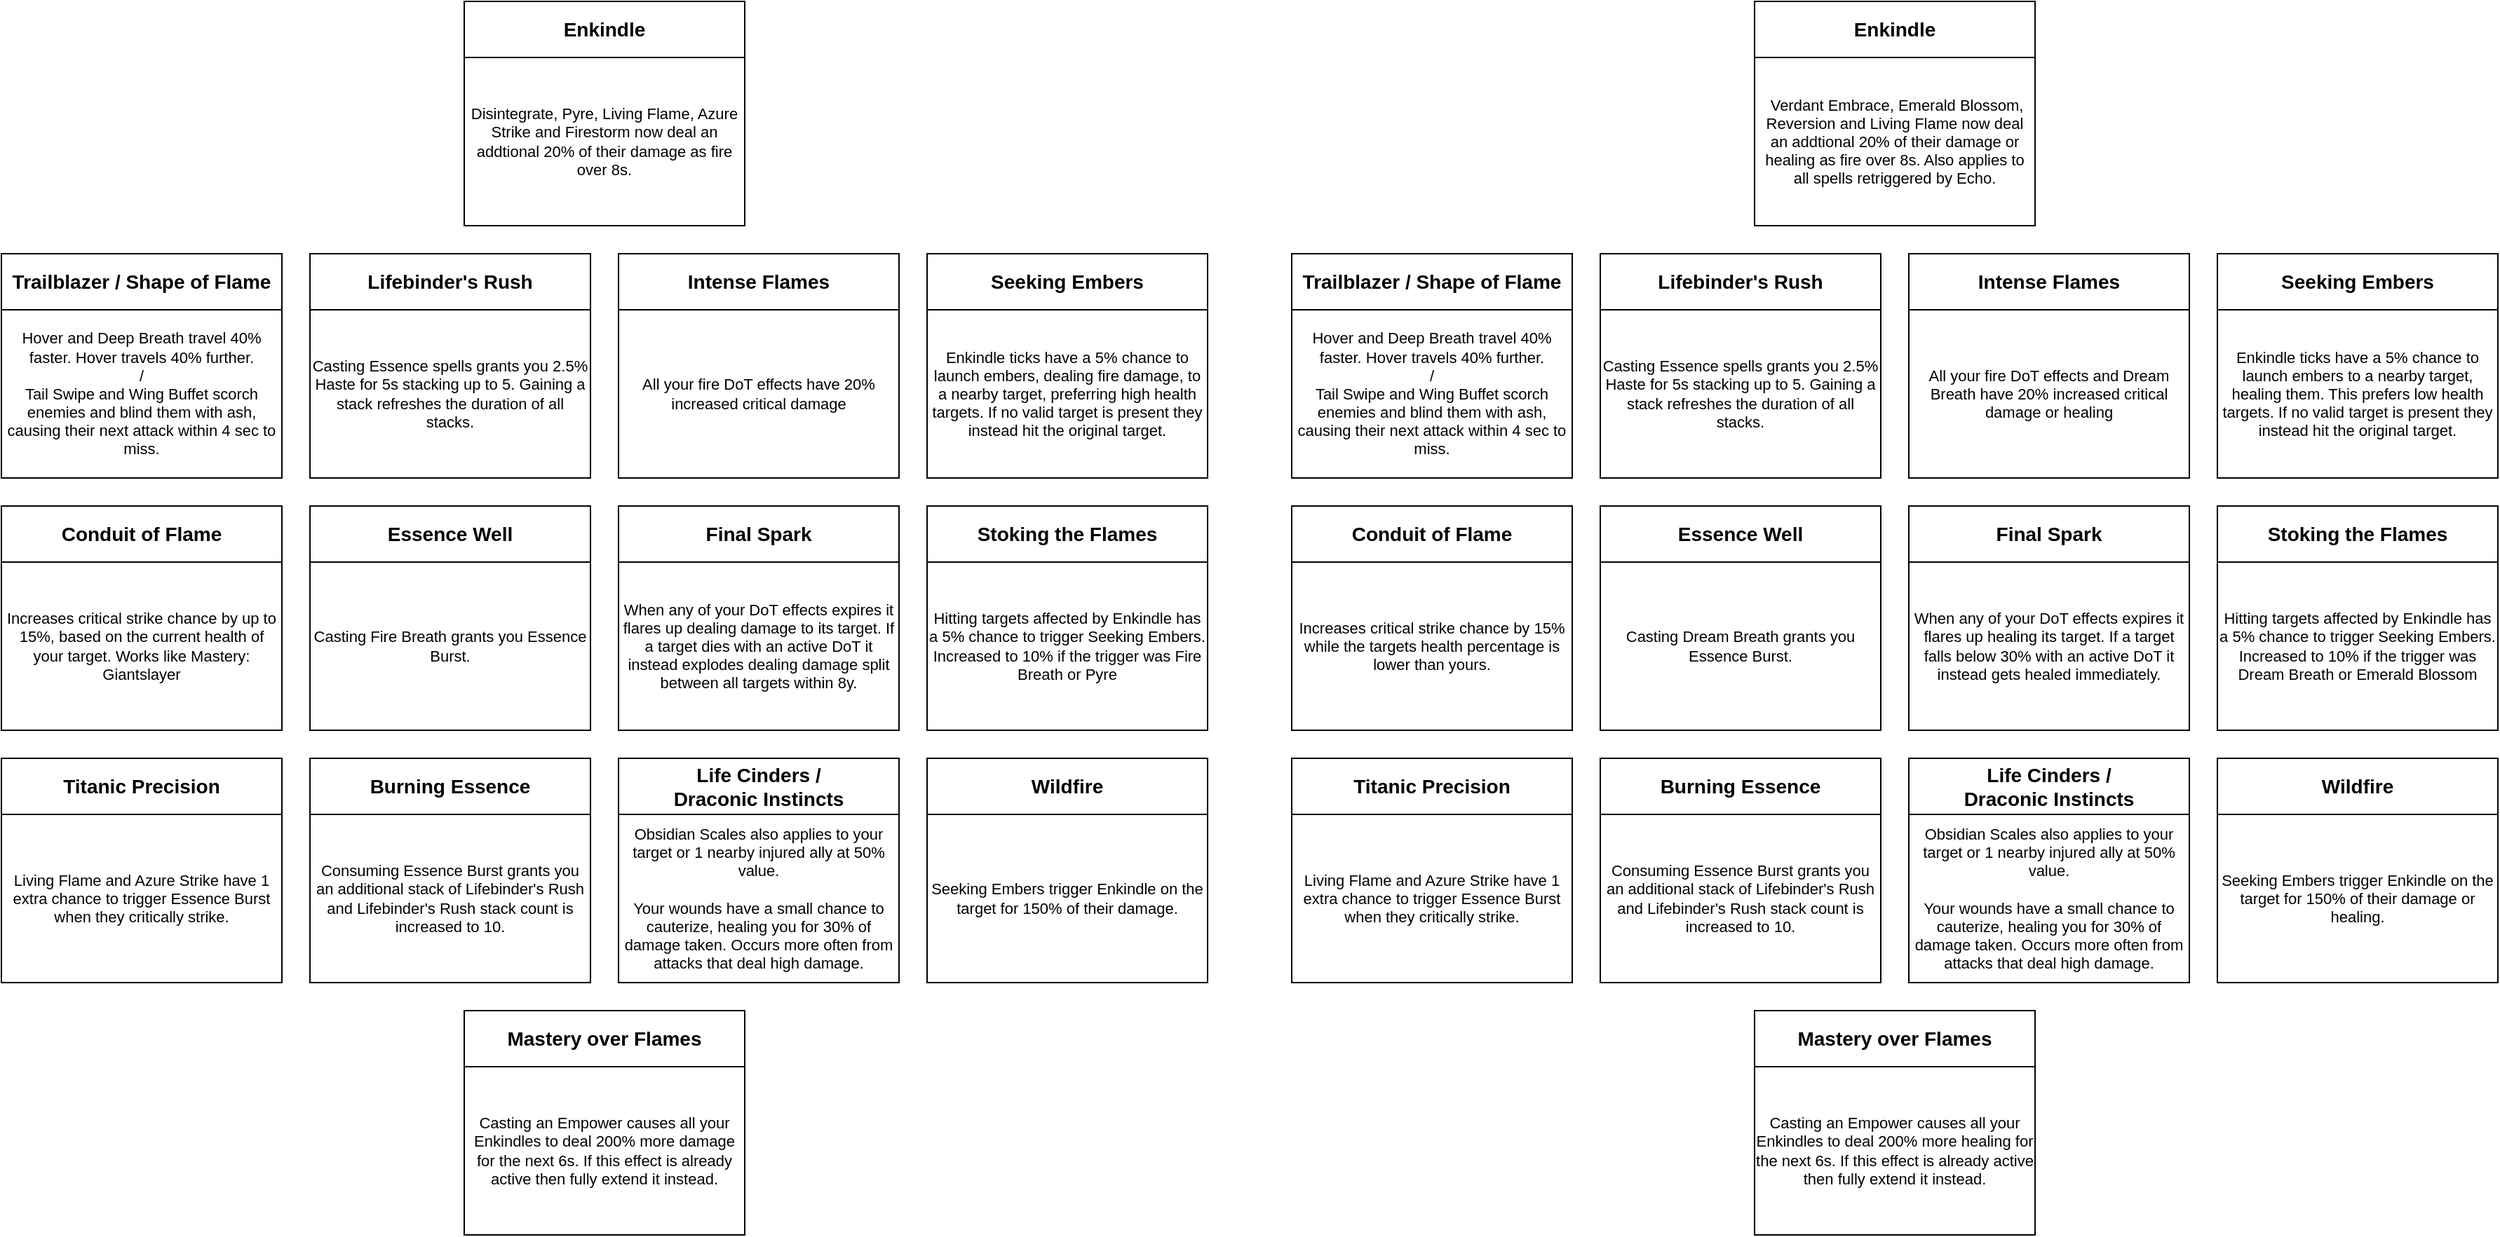
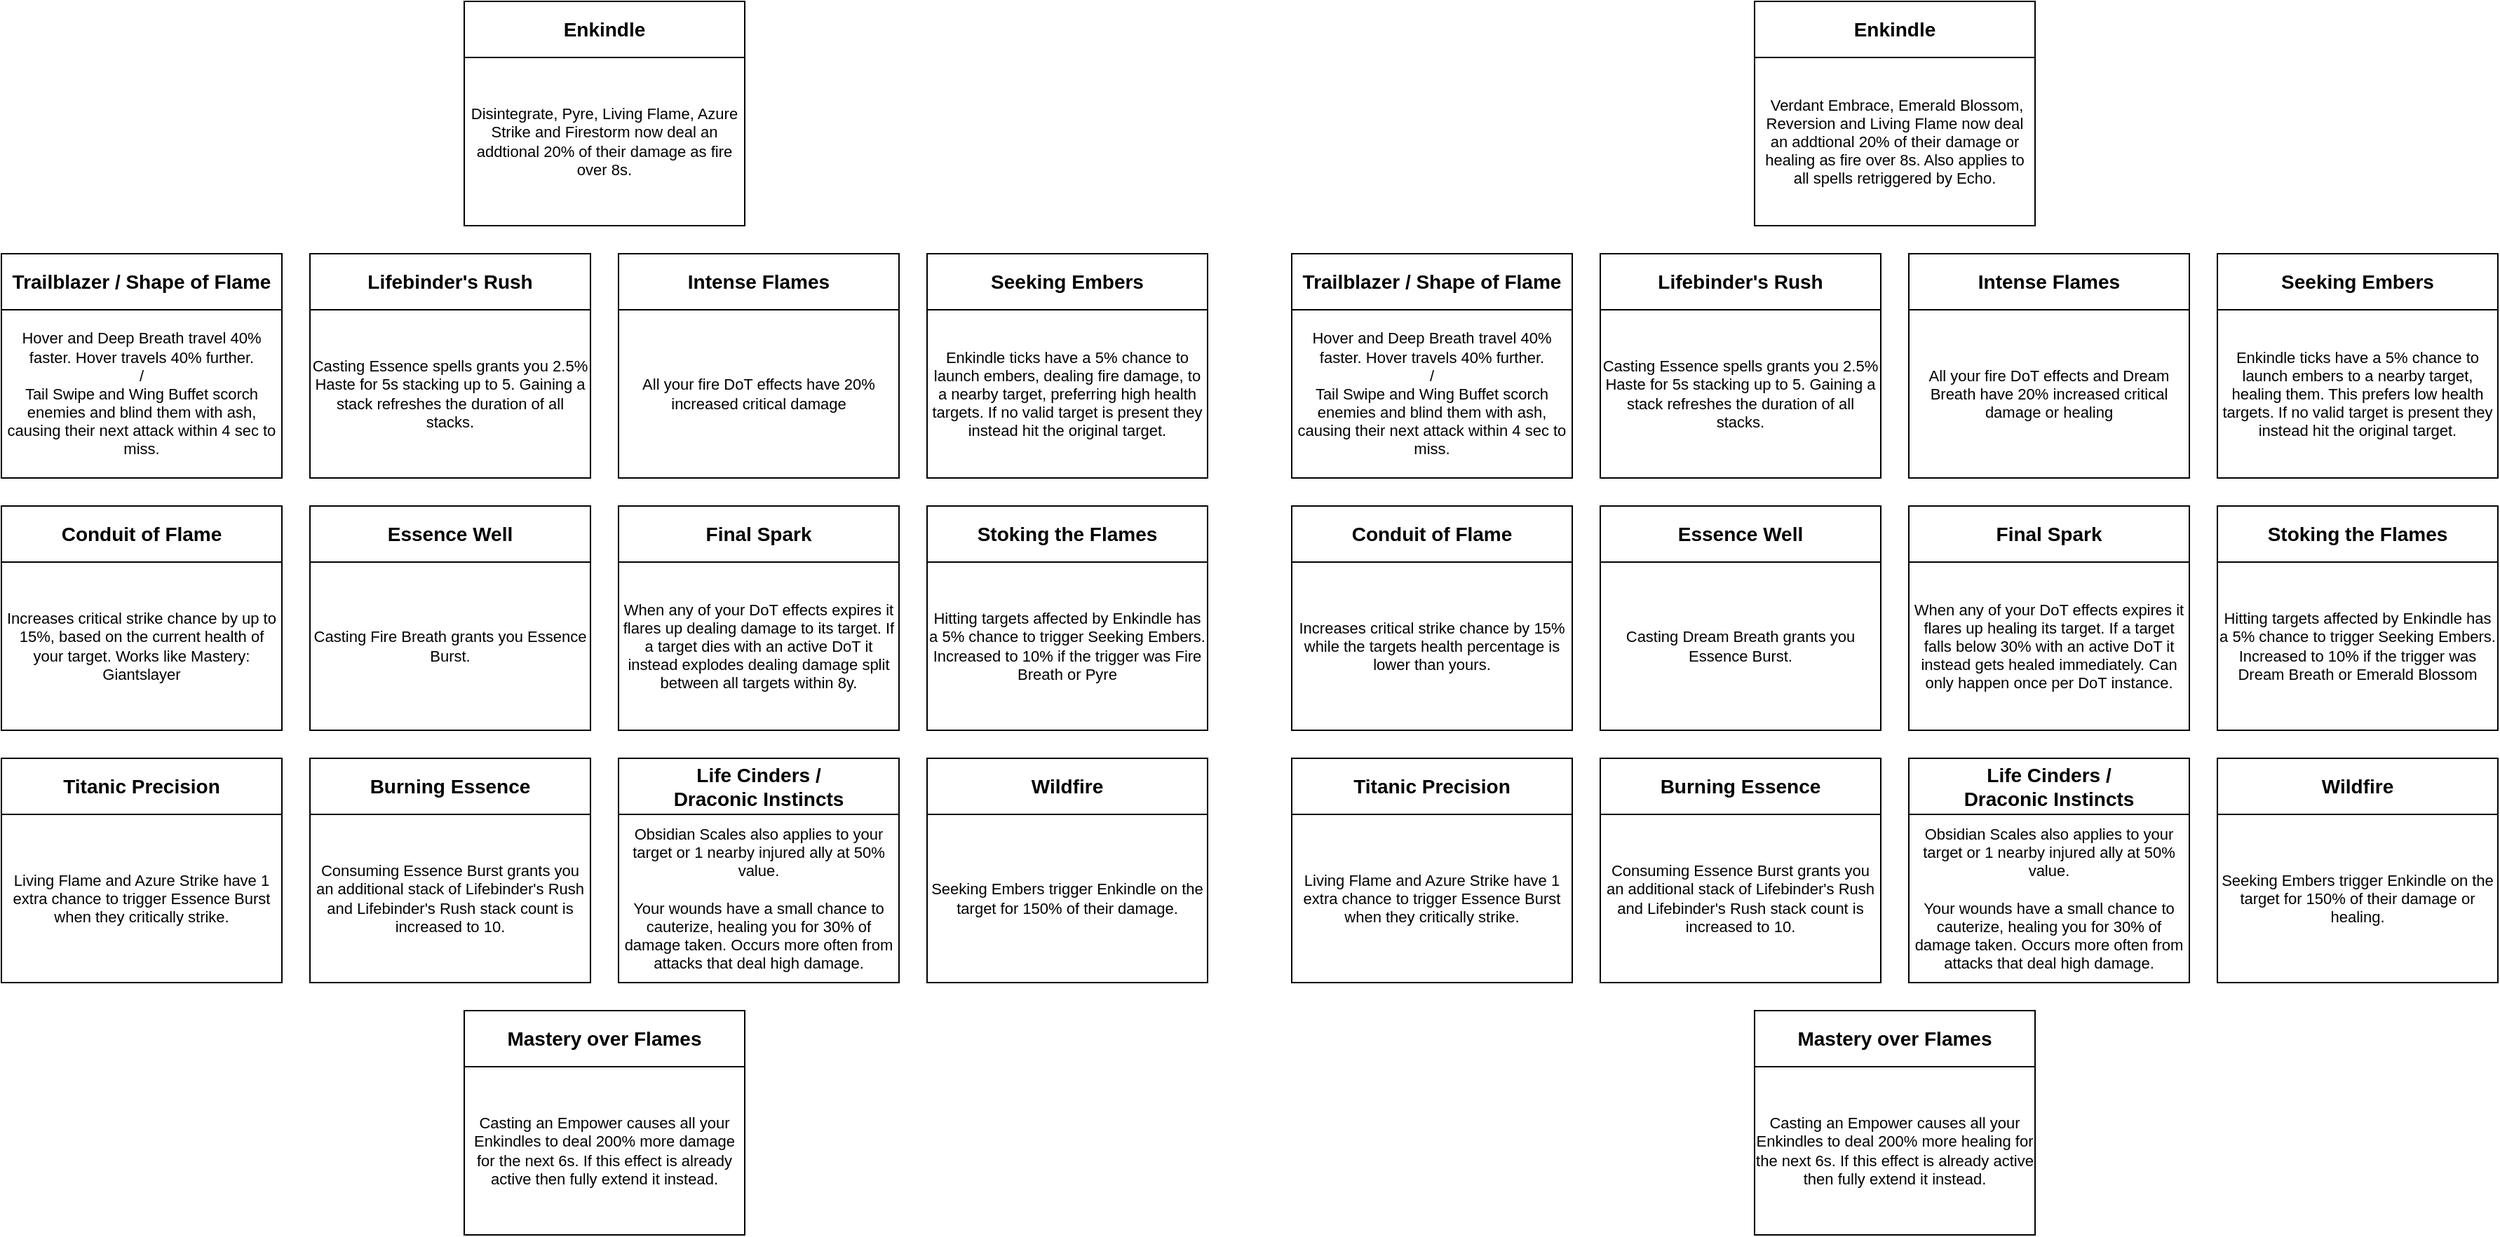
<mxfile host="app.diagrams.net" agent="Mozilla/5.0 (Windows NT 10.0; Win64; x64) AppleWebKit/537.36 (KHTML, like Gecko) Chrome/147.0.0.0 Safari/537.36 OPR/131.0.0.0" version="29.6.3">
  <diagram name="Page-1" id="7-C3C0MTsYJN3mklHAE3">
-     <mxGraphModel dx="1628" dy="898" grid="1" gridSize="10" guides="1" tooltips="1" connect="1" arrows="1" fold="1" page="1" pageScale="1" pageWidth="850" pageHeight="1100" math="0" shadow="0">
+     <mxGraphModel dx="1153" dy="636" grid="1" gridSize="10" guides="1" tooltips="1" connect="1" arrows="1" fold="1" page="1" pageScale="1" pageWidth="850" pageHeight="1100" math="0" shadow="0">
      <root>
        <mxCell id="0" />
        <mxCell id="1" parent="0" />
        <mxCell id="CbpXHZAzieputpjHQbmu-1" parent="1" style="rounded=0;whiteSpace=wrap;html=1;fontColor=default;fontStyle=1;fontSize=14;" value="&lt;span&gt;Enkindle&lt;/span&gt;" vertex="1">
          <mxGeometry height="40" width="200" x="330" y="80" as="geometry" />
        </mxCell>
        <mxCell id="CbpXHZAzieputpjHQbmu-6" parent="1" style="rounded=0;whiteSpace=wrap;html=1;verticalAlign=middle;fontSize=11;fontStyle=0" value="Disintegrate, Pyre, Living Flame, Azure Strike and Firestorm now deal an addtional 20% of their damage as fire over 8s." vertex="1">
          <mxGeometry height="120" width="200" x="330" y="120" as="geometry" />
        </mxCell>
        <mxCell id="CbpXHZAzieputpjHQbmu-7" parent="1" style="rounded=0;whiteSpace=wrap;html=1;fontColor=default;fontStyle=1;fontSize=14;" value="Essence Well" vertex="1">
          <mxGeometry height="40" width="200" x="220" y="440" as="geometry" />
        </mxCell>
        <mxCell id="CbpXHZAzieputpjHQbmu-8" parent="1" style="rounded=0;whiteSpace=wrap;html=1;fontSize=11;" value="Casting Fire Breath grants you Essence Burst." vertex="1">
          <mxGeometry height="120" width="200" x="220" y="480" as="geometry" />
        </mxCell>
        <mxCell id="CbpXHZAzieputpjHQbmu-9" parent="1" style="rounded=0;whiteSpace=wrap;html=1;fontColor=default;fontStyle=1;fontSize=14;" value="&lt;span&gt;&lt;font&gt;Trailblazer / Shape of Flame&lt;/font&gt;&lt;/span&gt;" vertex="1">
          <mxGeometry height="40" width="200" y="260" as="geometry" />
        </mxCell>
        <mxCell id="CbpXHZAzieputpjHQbmu-10" parent="1" style="rounded=0;whiteSpace=wrap;html=1;fontSize=11;" value="Hover and Deep Breath travel 40% faster. Hover travels 40% further.&lt;div&gt;/&lt;/div&gt;&lt;div&gt;Tail Swipe and Wing Buffet scorch enemies and blind them with ash, causing their next attack within 4 sec to miss.&lt;/div&gt;" vertex="1">
          <mxGeometry height="120" width="200" y="300" as="geometry" />
        </mxCell>
        <mxCell id="CbpXHZAzieputpjHQbmu-11" parent="1" style="rounded=0;whiteSpace=wrap;html=1;fontColor=default;fontStyle=1;fontSize=14;" value="&lt;span&gt;&lt;span&gt;Conduit of Flame&lt;/span&gt;&lt;/span&gt;" vertex="1">
          <mxGeometry height="40" width="200" y="440" as="geometry" />
        </mxCell>
        <mxCell id="CbpXHZAzieputpjHQbmu-12" parent="1" style="rounded=0;whiteSpace=wrap;html=1;fontSize=11;" value="Increases critical strike chance by up to 15%, based on the current health of your target. Works like Mastery: Giantslayer" vertex="1">
          <mxGeometry height="120" width="200" y="480" as="geometry" />
        </mxCell>
        <mxCell id="CbpXHZAzieputpjHQbmu-14" parent="1" style="rounded=0;whiteSpace=wrap;html=1;fontColor=default;fontStyle=1;fontSize=14;" value="&lt;span&gt;&lt;span&gt;Titanic Precision&lt;/span&gt;&lt;/span&gt;" vertex="1">
          <mxGeometry height="40" width="200" y="620" as="geometry" />
        </mxCell>
        <mxCell id="CbpXHZAzieputpjHQbmu-15" parent="1" style="rounded=0;whiteSpace=wrap;html=1;fontSize=11;" value="&lt;div&gt;&lt;span style=&quot;background-color: transparent; color: light-dark(rgb(0, 0, 0), rgb(255, 255, 255));&quot;&gt;Living Flame and Azure Strike have 1 extra chance to trigger Essence Burst when they critically strike.&lt;/span&gt;&lt;/div&gt;" vertex="1">
          <mxGeometry height="120" width="200" y="660" as="geometry" />
        </mxCell>
        <mxCell id="CbpXHZAzieputpjHQbmu-16" parent="1" style="rounded=0;whiteSpace=wrap;html=1;fontColor=default;fontStyle=1;fontSize=14;" value="Lifebinder&#39;s Rush" vertex="1">
          <mxGeometry height="40" width="200" x="220" y="260" as="geometry" />
        </mxCell>
        <mxCell id="CbpXHZAzieputpjHQbmu-17" parent="1" style="rounded=0;whiteSpace=wrap;html=1;fontSize=11;" value="Casting Essence spells grants you 2.5% Haste for 5s stacking up to 5. Gaining a stack refreshes the duration of all stacks." vertex="1">
          <mxGeometry height="120" width="200" x="220" y="300" as="geometry" />
        </mxCell>
        <mxCell id="CbpXHZAzieputpjHQbmu-18" parent="1" style="rounded=0;whiteSpace=wrap;html=1;fontColor=default;fontStyle=1;fontSize=14;" value="Burning Essence" vertex="1">
          <mxGeometry height="40" width="200" x="220" y="620" as="geometry" />
        </mxCell>
        <mxCell id="CbpXHZAzieputpjHQbmu-19" parent="1" style="rounded=0;whiteSpace=wrap;html=1;fontSize=11;" value="Consuming Essence Burst grants you an additional stack of Lifebinder&#39;s Rush and Lifebinder&#39;s Rush stack count is increased to 10." vertex="1">
          <mxGeometry height="120" width="200" x="220" y="660" as="geometry" />
        </mxCell>
        <mxCell id="CbpXHZAzieputpjHQbmu-20" parent="1" style="rounded=0;whiteSpace=wrap;html=1;fontColor=default;fontStyle=1;fontSize=14;" value="Intense Flames" vertex="1">
          <mxGeometry height="40" width="200" x="440" y="260" as="geometry" />
        </mxCell>
        <mxCell id="CbpXHZAzieputpjHQbmu-21" parent="1" style="rounded=0;whiteSpace=wrap;html=1;fontSize=11;" value="All your fire DoT effects have 20% increased critical damage" vertex="1">
          <mxGeometry height="120" width="200" x="440" y="300" as="geometry" />
        </mxCell>
        <mxCell id="CbpXHZAzieputpjHQbmu-22" parent="1" style="rounded=0;whiteSpace=wrap;html=1;fontColor=default;fontStyle=1;fontSize=14;" value="Final Spark" vertex="1">
          <mxGeometry height="40" width="200" x="440" y="440" as="geometry" />
        </mxCell>
        <mxCell id="CbpXHZAzieputpjHQbmu-23" parent="1" style="rounded=0;whiteSpace=wrap;html=1;fontSize=11;" value="When any of your DoT effects expires it flares up dealing damage to its target. If a target dies with an active DoT it instead explodes dealing damage split between all targets within 8y." vertex="1">
          <mxGeometry height="120" width="200" x="440" y="480" as="geometry" />
        </mxCell>
        <mxCell id="CbpXHZAzieputpjHQbmu-24" parent="1" style="rounded=0;whiteSpace=wrap;html=1;fontColor=default;fontStyle=1;fontSize=14;" value="&lt;span&gt;Life Cinders / &lt;br&gt;Draconic Instincts&lt;/span&gt;" vertex="1">
          <mxGeometry height="40" width="200" x="440" y="620" as="geometry" />
        </mxCell>
        <mxCell id="CbpXHZAzieputpjHQbmu-25" parent="1" style="rounded=0;whiteSpace=wrap;html=1;fontSize=11;" value="Obsidian Scales also applies to your target or 1 nearby injured ally at 50% value.&lt;div&gt;&lt;br&gt;&lt;div&gt;Your wounds have a small chance to cauterize, healing you for 30% of damage taken. Occurs more often from attacks that deal high damage.&lt;/div&gt;&lt;/div&gt;" vertex="1">
          <mxGeometry height="120" width="200" x="440" y="660" as="geometry" />
        </mxCell>
        <mxCell id="CbpXHZAzieputpjHQbmu-26" parent="1" style="rounded=0;whiteSpace=wrap;html=1;fontColor=default;fontStyle=1;fontSize=14;" value="Seeking Embers" vertex="1">
          <mxGeometry height="40" width="200" x="660" y="260" as="geometry" />
        </mxCell>
        <mxCell id="CbpXHZAzieputpjHQbmu-27" parent="1" style="rounded=0;whiteSpace=wrap;html=1;fontSize=11;" value="Enkindle ticks have a 5% chance to launch embers, dealing fire damage, to a nearby target, preferring high health targets. If no valid target is present they instead hit the original target." vertex="1">
          <mxGeometry height="120" width="200" x="660" y="300" as="geometry" />
        </mxCell>
        <mxCell id="CbpXHZAzieputpjHQbmu-28" parent="1" style="rounded=0;whiteSpace=wrap;html=1;fontColor=default;fontSize=14;fontStyle=1" value="&lt;span&gt;Stoking the Flames&lt;/span&gt;" vertex="1">
          <mxGeometry height="40" width="200" x="660" y="440" as="geometry" />
        </mxCell>
        <mxCell id="CbpXHZAzieputpjHQbmu-29" parent="1" style="rounded=0;whiteSpace=wrap;html=1;fontSize=11;" value="Hitting targets affected by Enkindle has a 5% chance to trigger Seeking Embers. Increased to 10% if the trigger was Fire Breath or Pyre" vertex="1">
          <mxGeometry height="120" width="200" x="660" y="480" as="geometry" />
        </mxCell>
        <mxCell id="CbpXHZAzieputpjHQbmu-30" parent="1" style="rounded=0;whiteSpace=wrap;html=1;fontColor=default;fontStyle=1;fontSize=14;" value="&lt;span&gt;&lt;font&gt;Wildfire&lt;/font&gt;&lt;/span&gt;" vertex="1">
          <mxGeometry height="40" width="200" x="660" y="620" as="geometry" />
        </mxCell>
        <mxCell id="CbpXHZAzieputpjHQbmu-31" parent="1" style="rounded=0;whiteSpace=wrap;html=1;fontSize=11;" value="Seeking Embers trigger Enkindle on the target for 150% of their damage." vertex="1">
          <mxGeometry height="120" width="200" x="660" y="660" as="geometry" />
        </mxCell>
        <mxCell id="CbpXHZAzieputpjHQbmu-32" parent="1" style="rounded=0;whiteSpace=wrap;html=1;fontColor=default;fontStyle=1" value="&lt;span style=&quot;font-size: 14px;&quot;&gt;Mastery over Flames&lt;/span&gt;" vertex="1">
          <mxGeometry height="40" width="200" x="330" y="800" as="geometry" />
        </mxCell>
        <mxCell id="CbpXHZAzieputpjHQbmu-33" parent="1" style="rounded=0;whiteSpace=wrap;html=1;verticalAlign=middle;fontSize=11;" value="Casting an Empower causes all your Enkindles to deal 200% more damage for the next 6s. If this effect is already active then fully extend it instead." vertex="1">
          <mxGeometry height="120" width="200" x="330" y="840" as="geometry" />
        </mxCell>
        <mxCell id="ExkhEfNAmdtYAn1Fs_e5-1" parent="1" style="rounded=0;whiteSpace=wrap;html=1;fontColor=default;fontStyle=1;fontSize=14;" value="&lt;span&gt;Enkindle&lt;/span&gt;" vertex="1">
          <mxGeometry height="40" width="200" x="1250" y="80" as="geometry" />
        </mxCell>
        <mxCell id="ExkhEfNAmdtYAn1Fs_e5-2" parent="1" style="rounded=0;whiteSpace=wrap;html=1;verticalAlign=middle;fontSize=11;fontStyle=0" value="&amp;nbsp;Verdant Embrace, Emerald Blossom, Reversion and Living Flame now deal an addtional 20% of their damage or healing as fire over 8s. Also applies to all spells retriggered by Echo." vertex="1">
          <mxGeometry height="120" width="200" x="1250" y="120" as="geometry" />
        </mxCell>
        <mxCell id="ExkhEfNAmdtYAn1Fs_e5-3" parent="1" style="rounded=0;whiteSpace=wrap;html=1;fontColor=default;fontStyle=1;fontSize=14;" value="Essence Well" vertex="1">
          <mxGeometry height="40" width="200" x="1140" y="440" as="geometry" />
        </mxCell>
        <mxCell id="ExkhEfNAmdtYAn1Fs_e5-4" parent="1" style="rounded=0;whiteSpace=wrap;html=1;fontSize=11;" value="Casting Dream Breath grants you Essence Burst." vertex="1">
          <mxGeometry height="120" width="200" x="1140" y="480" as="geometry" />
        </mxCell>
        <mxCell id="ExkhEfNAmdtYAn1Fs_e5-5" parent="1" style="rounded=0;whiteSpace=wrap;html=1;fontColor=default;fontStyle=1;fontSize=14;" value="&lt;span&gt;&lt;font&gt;Trailblazer / Shape of Flame&lt;/font&gt;&lt;/span&gt;" vertex="1">
          <mxGeometry height="40" width="200" x="920" y="260" as="geometry" />
        </mxCell>
        <mxCell id="ExkhEfNAmdtYAn1Fs_e5-6" parent="1" style="rounded=0;whiteSpace=wrap;html=1;fontSize=11;" value="Hover and Deep Breath travel 40% faster. Hover travels 40% further.&lt;div&gt;/&lt;/div&gt;&lt;div&gt;Tail Swipe and Wing Buffet scorch enemies and blind them with ash, causing their next attack within 4 sec to miss.&lt;/div&gt;" vertex="1">
          <mxGeometry height="120" width="200" x="920" y="300" as="geometry" />
        </mxCell>
        <mxCell id="ExkhEfNAmdtYAn1Fs_e5-7" parent="1" style="rounded=0;whiteSpace=wrap;html=1;fontColor=default;fontStyle=1;fontSize=14;" value="&lt;span&gt;&lt;span&gt;Conduit of Flame&lt;/span&gt;&lt;/span&gt;" vertex="1">
          <mxGeometry height="40" width="200" x="920" y="440" as="geometry" />
        </mxCell>
        <mxCell id="ExkhEfNAmdtYAn1Fs_e5-8" parent="1" style="rounded=0;whiteSpace=wrap;html=1;fontSize=11;" value="Increases critical strike chance by 15% while the targets health percentage is lower than yours." vertex="1">
          <mxGeometry height="120" width="200" x="920" y="480" as="geometry" />
        </mxCell>
        <mxCell id="ExkhEfNAmdtYAn1Fs_e5-9" parent="1" style="rounded=0;whiteSpace=wrap;html=1;fontColor=default;fontStyle=1;fontSize=14;" value="&lt;span&gt;&lt;span&gt;Titanic Precision&lt;/span&gt;&lt;/span&gt;" vertex="1">
          <mxGeometry height="40" width="200" x="920" y="620" as="geometry" />
        </mxCell>
        <mxCell id="ExkhEfNAmdtYAn1Fs_e5-10" parent="1" style="rounded=0;whiteSpace=wrap;html=1;fontSize=11;" value="&lt;div&gt;&lt;span style=&quot;background-color: transparent; color: light-dark(rgb(0, 0, 0), rgb(255, 255, 255));&quot;&gt;Living Flame and Azure Strike have 1 extra chance to trigger Essence Burst when they critically strike.&lt;/span&gt;&lt;/div&gt;" vertex="1">
          <mxGeometry height="120" width="200" x="920" y="660" as="geometry" />
        </mxCell>
        <mxCell id="ExkhEfNAmdtYAn1Fs_e5-11" parent="1" style="rounded=0;whiteSpace=wrap;html=1;fontColor=default;fontStyle=1;fontSize=14;" value="Lifebinder&#39;s Rush" vertex="1">
          <mxGeometry height="40" width="200" x="1140" y="260" as="geometry" />
        </mxCell>
        <mxCell id="ExkhEfNAmdtYAn1Fs_e5-12" parent="1" style="rounded=0;whiteSpace=wrap;html=1;fontSize=11;" value="Casting Essence spells grants you 2.5% Haste for 5s stacking up to 5. Gaining a stack refreshes the duration of all stacks." vertex="1">
          <mxGeometry height="120" width="200" x="1140" y="300" as="geometry" />
        </mxCell>
        <mxCell id="ExkhEfNAmdtYAn1Fs_e5-13" parent="1" style="rounded=0;whiteSpace=wrap;html=1;fontColor=default;fontStyle=1;fontSize=14;" value="Burning Essence" vertex="1">
          <mxGeometry height="40" width="200" x="1140" y="620" as="geometry" />
        </mxCell>
        <mxCell id="ExkhEfNAmdtYAn1Fs_e5-14" parent="1" style="rounded=0;whiteSpace=wrap;html=1;fontSize=11;" value="Consuming Essence Burst grants you an additional stack of Lifebinder&#39;s Rush and Lifebinder&#39;s Rush stack count is increased to 10." vertex="1">
          <mxGeometry height="120" width="200" x="1140" y="660" as="geometry" />
        </mxCell>
        <mxCell id="ExkhEfNAmdtYAn1Fs_e5-15" parent="1" style="rounded=0;whiteSpace=wrap;html=1;fontColor=default;fontStyle=1;fontSize=14;" value="Intense Flames" vertex="1">
          <mxGeometry height="40" width="200" x="1360" y="260" as="geometry" />
        </mxCell>
        <mxCell id="ExkhEfNAmdtYAn1Fs_e5-16" parent="1" style="rounded=0;whiteSpace=wrap;html=1;fontSize=11;" value="All your fire DoT effects and Dream Breath have 20% increased critical damage or healing" vertex="1">
          <mxGeometry height="120" width="200" x="1360" y="300" as="geometry" />
        </mxCell>
        <mxCell id="ExkhEfNAmdtYAn1Fs_e5-17" parent="1" style="rounded=0;whiteSpace=wrap;html=1;fontColor=default;fontStyle=1;fontSize=14;" value="Final Spark" vertex="1">
          <mxGeometry height="40" width="200" x="1360" y="440" as="geometry" />
        </mxCell>
-         <mxCell id="ExkhEfNAmdtYAn1Fs_e5-18" parent="1" style="rounded=0;whiteSpace=wrap;html=1;fontSize=11;" value="When any of your DoT effects expires it flares up healing its target. If a target falls below 30% with an active DoT it instead gets healed immediately." vertex="1">
+         <mxCell id="ExkhEfNAmdtYAn1Fs_e5-18" parent="1" style="rounded=0;whiteSpace=wrap;html=1;fontSize=11;" value="When any of your DoT effects expires it flares up healing its target. If a target falls below 30% with an active DoT it instead gets healed immediately. Can only happen once per DoT instance." vertex="1">
          <mxGeometry height="120" width="200" x="1360" y="480" as="geometry" />
        </mxCell>
        <mxCell id="ExkhEfNAmdtYAn1Fs_e5-19" parent="1" style="rounded=0;whiteSpace=wrap;html=1;fontColor=default;fontStyle=1;fontSize=14;" value="&lt;span&gt;Life Cinders / &lt;br&gt;Draconic Instincts&lt;/span&gt;" vertex="1">
          <mxGeometry height="40" width="200" x="1360" y="620" as="geometry" />
        </mxCell>
        <mxCell id="ExkhEfNAmdtYAn1Fs_e5-20" parent="1" style="rounded=0;whiteSpace=wrap;html=1;fontSize=11;" value="Obsidian Scales also applies to your target or 1 nearby injured ally at 50% value.&lt;div&gt;&lt;br&gt;&lt;div&gt;Your wounds have a small chance to cauterize, healing you for 30% of damage taken. Occurs more often from attacks that deal high damage.&lt;/div&gt;&lt;/div&gt;" vertex="1">
          <mxGeometry height="120" width="200" x="1360" y="660" as="geometry" />
        </mxCell>
        <mxCell id="ExkhEfNAmdtYAn1Fs_e5-21" parent="1" style="rounded=0;whiteSpace=wrap;html=1;fontColor=default;fontStyle=1;fontSize=14;" value="Seeking Embers" vertex="1">
          <mxGeometry height="40" width="200" x="1580" y="260" as="geometry" />
        </mxCell>
        <mxCell id="ExkhEfNAmdtYAn1Fs_e5-22" parent="1" style="rounded=0;whiteSpace=wrap;html=1;fontSize=11;" value="Enkindle ticks have a 5% chance to launch embers to a nearby target, healing them. This prefers low health targets. If no valid target is present they instead hit the original target." vertex="1">
          <mxGeometry height="120" width="200" x="1580" y="300" as="geometry" />
        </mxCell>
        <mxCell id="ExkhEfNAmdtYAn1Fs_e5-23" parent="1" style="rounded=0;whiteSpace=wrap;html=1;fontColor=default;fontSize=14;fontStyle=1" value="&lt;span&gt;Stoking the Flames&lt;/span&gt;" vertex="1">
          <mxGeometry height="40" width="200" x="1580" y="440" as="geometry" />
        </mxCell>
        <mxCell id="ExkhEfNAmdtYAn1Fs_e5-24" parent="1" style="rounded=0;whiteSpace=wrap;html=1;fontSize=11;" value="Hitting targets affected by Enkindle has a 5% chance to trigger Seeking Embers. Increased to 10% if the trigger was Dream Breath or Emerald Blossom" vertex="1">
          <mxGeometry height="120" width="200" x="1580" y="480" as="geometry" />
        </mxCell>
        <mxCell id="ExkhEfNAmdtYAn1Fs_e5-25" parent="1" style="rounded=0;whiteSpace=wrap;html=1;fontColor=default;fontStyle=1;fontSize=14;" value="Wildfire" vertex="1">
          <mxGeometry height="40" width="200" x="1580" y="620" as="geometry" />
        </mxCell>
        <mxCell id="ExkhEfNAmdtYAn1Fs_e5-26" parent="1" style="rounded=0;whiteSpace=wrap;html=1;fontSize=11;" value="Seeking Embers trigger Enkindle on the target for 150% of their damage or healing." vertex="1">
          <mxGeometry height="120" width="200" x="1580" y="660" as="geometry" />
        </mxCell>
        <mxCell id="ExkhEfNAmdtYAn1Fs_e5-27" parent="1" style="rounded=0;whiteSpace=wrap;html=1;fontColor=default;fontStyle=1" value="&lt;span style=&quot;font-size: 14px;&quot;&gt;Mastery over Flames&lt;/span&gt;" vertex="1">
          <mxGeometry height="40" width="200" x="1250" y="800" as="geometry" />
        </mxCell>
        <mxCell id="ExkhEfNAmdtYAn1Fs_e5-28" parent="1" style="rounded=0;whiteSpace=wrap;html=1;verticalAlign=middle;fontSize=11;" value="Casting an Empower causes all your Enkindles to deal 200% more healing for the next 6s. If this effect is already active then fully extend it instead." vertex="1">
          <mxGeometry height="120" width="200" x="1250" y="840" as="geometry" />
        </mxCell>
      </root>
    </mxGraphModel>
  </diagram>
</mxfile>
